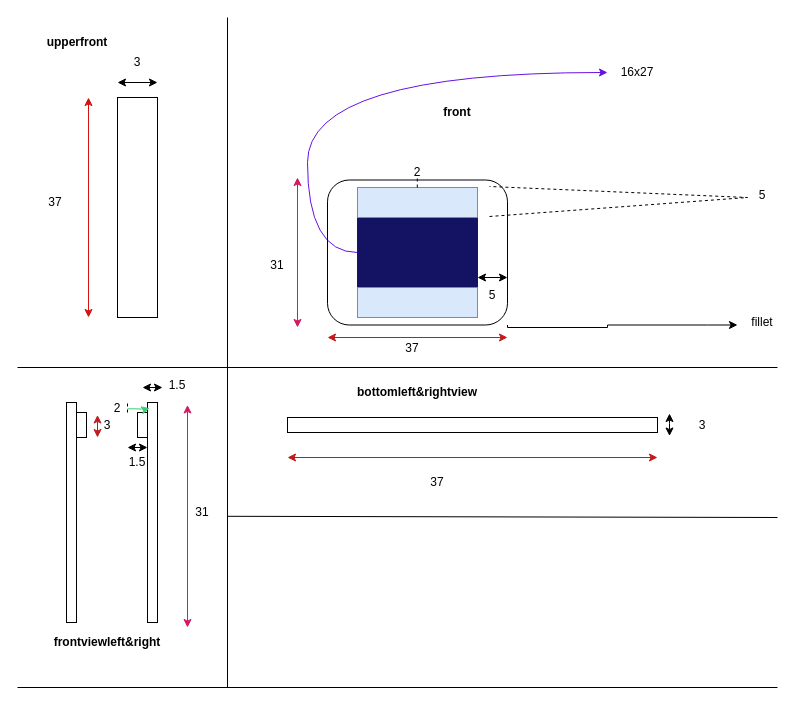
Before: outer design.drawio in ovishak777/Epoxy, a draw.io diagram. Source tidied: cells renumbered, new cells numbered last; positions are measured from the earlier drawing's top-left corner, leaving out a move shared by most shapes. Both pictures are drawn from the tidied source at 100%, with x=0, y=0 at pixel (17, 17).
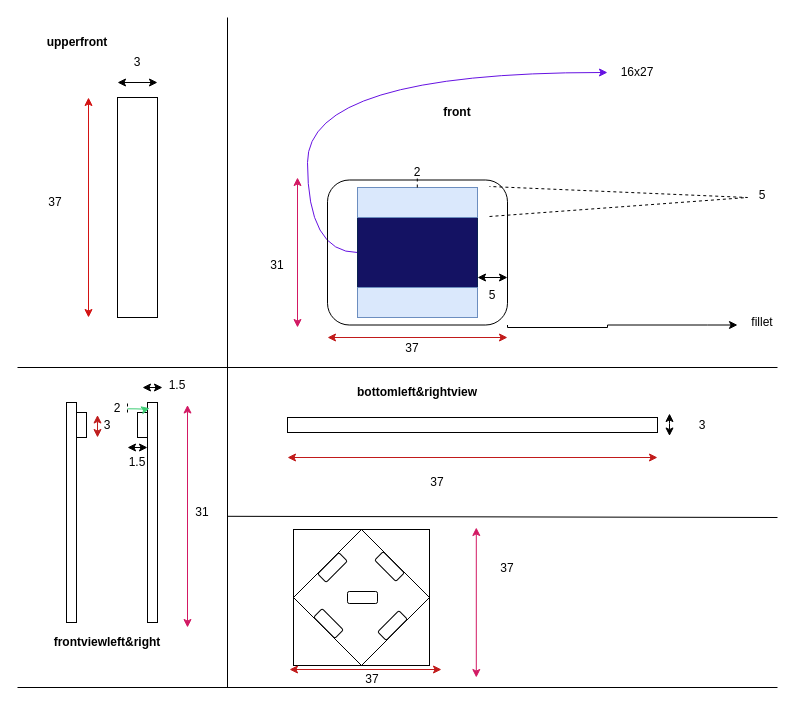
The same page after the edit.

Change to the diagram source:
```diff
@@
+    <mxCell id="53" style="whiteSpace=wrap;html=1;" parent="1" vertex="1">
+      <mxGeometry x="276" y="512" width="136" height="136" as="geometry" />
+    </mxCell>
+    <mxCell id="54" style="endArrow=none;html=1;rounded=0;entryX=0.5;entryY=0;entryDx=0;entryDy=0;exitX=1;exitY=0.5;exitDx=0;exitDy=0;" parent="1" edge="1" source="53" target="53">
+      <mxGeometry relative="1" as="geometry" />
+    </mxCell>
+    <mxCell id="55" style="endArrow=none;html=1;rounded=0;entryX=0.5;entryY=0;entryDx=0;entryDy=0;exitX=0;exitY=0.5;exitDx=0;exitDy=0;" parent="1" edge="1" source="53" target="53">
+      <mxGeometry relative="1" as="geometry" />
+    </mxCell>
+    <mxCell id="56" style="endArrow=none;html=1;rounded=0;entryX=1;entryY=0.5;entryDx=0;entryDy=0;exitX=0.5;exitY=1;exitDx=0;exitDy=0;" parent="1" edge="1" source="53" target="53">
+      <mxGeometry relative="1" as="geometry" />
+    </mxCell>
+    <mxCell id="57" style="endArrow=none;html=1;rounded=0;entryX=0;entryY=0.5;entryDx=0;entryDy=0;exitX=0.5;exitY=1;exitDx=0;exitDy=0;" parent="1" edge="1" source="53" target="53">
+      <mxGeometry relative="1" as="geometry" />
+    </mxCell>
+    <mxCell id="58" style="endArrow=classic;startArrow=classic;html=1;rounded=0;strokeColor=light-dark(#d21963, #ededed);" parent="1" edge="1">
+      <mxGeometry relative="1" as="geometry">
+        <mxPoint x="458.8" y="660" as="sourcePoint" />
+        <mxPoint x="458.8" y="510" as="targetPoint" />
+      </mxGeometry>
+    </mxCell>
+    <mxCell id="59" value="37" style="text;html=1;whiteSpace=wrap;strokeColor=none;fillColor=none;align=center;verticalAlign=middle;rounded=0;" parent="1" vertex="1">
+      <mxGeometry x="460" y="536" width="60" height="30" as="geometry" />
+    </mxCell>
+    <mxCell id="60" style="endArrow=classic;startArrow=classic;html=1;rounded=0;strokeColor=light-dark(#c11a1a, #ededed);" parent="1" edge="1">
+      <mxGeometry relative="1" as="geometry">
+        <mxPoint x="272" y="652" as="sourcePoint" />
+        <mxPoint x="424" y="652" as="targetPoint" />
+      </mxGeometry>
+    </mxCell>
+    <mxCell id="61" value="37" style="text;html=1;whiteSpace=wrap;strokeColor=none;fillColor=none;align=center;verticalAlign=middle;rounded=0;" parent="1" vertex="1">
+      <mxGeometry x="340" y="656" width="30" height="12" as="geometry" />
+    </mxCell>
+    <mxCell id="62" style="rounded=1;whiteSpace=wrap;html=1;rotation=315;" parent="1" vertex="1">
+      <mxGeometry x="300" y="544" width="30" height="12" as="geometry" />
+    </mxCell>
+    <mxCell id="63" style="rounded=1;whiteSpace=wrap;html=1;rotation=315;flipH=0;legacyAnchorPoints=0;flipV=0;" parent="1" vertex="1">
+      <mxGeometry x="360" y="602" width="30" height="12" as="geometry" />
+    </mxCell>
+    <mxCell id="64" style="rounded=1;whiteSpace=wrap;html=1;rotation=45;" parent="1" vertex="1">
+      <mxGeometry x="357" y="543" width="30" height="12" as="geometry" />
+    </mxCell>
+    <mxCell id="65" style="rounded=1;whiteSpace=wrap;html=1;rotation=45;" parent="1" vertex="1">
+      <mxGeometry x="296" y="600" width="30" height="12" as="geometry" />
+    </mxCell>
+    <mxCell id="66" style="rounded=1;whiteSpace=wrap;html=1;rotation=0;" parent="1" vertex="1">
+      <mxGeometry x="330" y="574" width="30" height="12" as="geometry" />
+    </mxCell>
```
